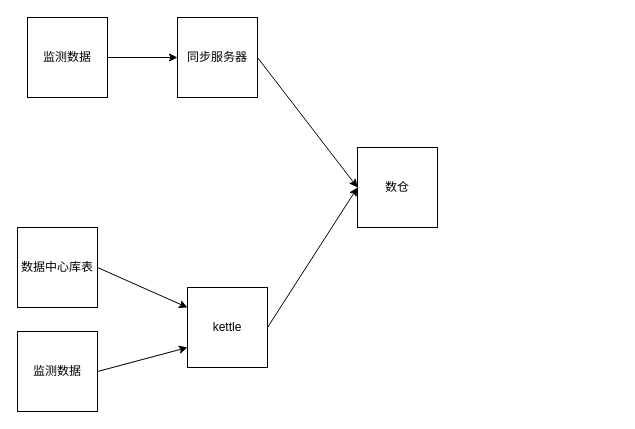
This is 智慧城市数据流图.drawio from HousionQ/draw, a draw.io file, before an edit. Source tidied: cells renumbered, new cells numbered last; positions are measured from the earlier drawing's top-left corner, leaving out a move shared by most shapes. Both pictures are drawn from the tidied source at 100%, with x=0, y=0 at pixel (17, 17).
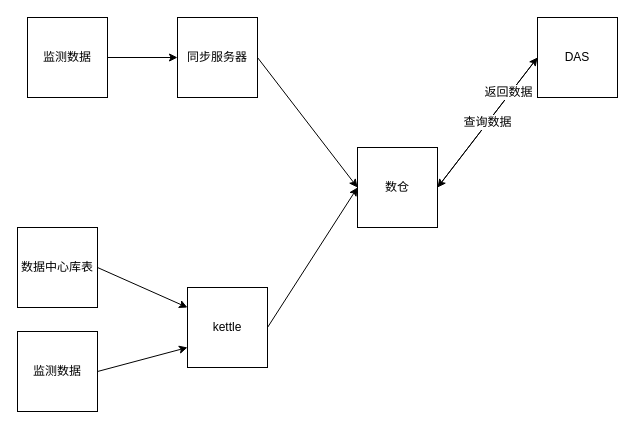
The same page after the edit.

Commit message (it also covers changes not shown here):
更新智慧城市数据流图.drawio

The edit, as a diff of the source:
```diff
@@
 <mxGraphModel>
   <root>
     <mxCell id="0" />
     <mxCell id="1" parent="0" />
     <mxCell id="2" style="edgeStyle=none;rounded=0;jettySize=auto;html=1;exitX=1;exitY=0.5;exitDx=0;exitDy=0;entryX=0;entryY=0.5;entryDx=0;entryDy=0;" parent="1" edge="1" source="3" target="6">
       <mxGeometry relative="1" as="geometry" />
     </mxCell>
     <mxCell id="3" value="同步服务器" style="whiteSpace=wrap;html=1;" parent="1" vertex="1">
       <mxGeometry x="160" width="80" height="80" as="geometry" />
     </mxCell>
     <mxCell id="4" style="rounded=0;jettySize=auto;html=1;exitX=1;exitY=0.5;exitDx=0;exitDy=0;entryX=0;entryY=0.5;entryDx=0;entryDy=0;" parent="1" edge="1" source="5" target="3">
       <mxGeometry relative="1" as="geometry" />
     </mxCell>
     <mxCell id="5" value="监测数据" style="whiteSpace=wrap;html=1;" parent="1" vertex="1">
       <mxGeometry x="10" width="80" height="80" as="geometry" />
     </mxCell>
+    <mxCell id="13" style="edgeStyle=none;rounded=0;jettySize=auto;html=1;exitX=1;exitY=0.5;exitDx=0;exitDy=0;entryX=0;entryY=0.5;entryDx=0;entryDy=0;" parent="1" edge="1" source="6" target="17">
+      <mxGeometry relative="1" as="geometry" />
+    </mxCell>
     <mxCell id="6" value="数仓" style="whiteSpace=wrap;html=1;" parent="1" vertex="1">
       <mxGeometry x="340" y="130" width="80" height="80" as="geometry" />
     </mxCell>
     <mxCell id="7" style="edgeStyle=none;rounded=0;jettySize=auto;html=1;exitX=1;exitY=0.5;exitDx=0;exitDy=0;entryX=0;entryY=0.5;entryDx=0;entryDy=0;" parent="1" edge="1" source="8" target="6">
       <mxGeometry relative="1" as="geometry" />
     </mxCell>
     <mxCell id="8" value="kettle" style="whiteSpace=wrap;html=1;" parent="1" vertex="1">
       <mxGeometry x="170" y="270" width="80" height="80" as="geometry" />
     </mxCell>
     <mxCell id="9" style="edgeStyle=none;rounded=0;jettySize=auto;html=1;exitX=1;exitY=0.5;exitDx=0;exitDy=0;entryX=0;entryY=0.25;entryDx=0;entryDy=0;" parent="1" edge="1" source="10" target="8">
       <mxGeometry relative="1" as="geometry" />
     </mxCell>
     <mxCell id="10" value="数据中心库表" style="whiteSpace=wrap;html=1;" parent="1" vertex="1">
       <mxGeometry y="210" width="80" height="80" as="geometry" />
     </mxCell>
     <mxCell id="11" style="edgeStyle=none;rounded=0;jettySize=auto;html=1;exitX=1;exitY=0.5;exitDx=0;exitDy=0;entryX=0;entryY=0.75;entryDx=0;entryDy=0;" parent="1" edge="1" source="12" target="8">
       <mxGeometry relative="1" as="geometry" />
     </mxCell>
     <mxCell id="12" value="监测数据" style="whiteSpace=wrap;html=1;" parent="1" vertex="1">
       <mxGeometry y="314" width="80" height="80" as="geometry" />
     </mxCell>
+    <mxCell id="14" style="edgeStyle=none;rounded=0;jettySize=auto;html=1;exitX=0;exitY=0.5;exitDx=0;exitDy=0;entryX=1;entryY=0.5;entryDx=0;entryDy=0;" parent="1" edge="1" source="17" target="6">
+      <mxGeometry relative="1" as="geometry" />
+    </mxCell>
+    <mxCell id="15" value="查询数据" style="text;html=1;align=center;verticalAlign=middle;labelBackgroundColor=#ffffff;" parent="14" vertex="1">
+      <mxGeometry x="0.18" y="1" relative="1" as="geometry">
+        <mxPoint x="7.5" y="-12.5" as="offset" />
+      </mxGeometry>
+    </mxCell>
+    <mxCell id="16" value="返回数据" style="text;html=1;align=center;verticalAlign=middle;labelBackgroundColor=#ffffff;" parent="14" vertex="1">
+      <mxGeometry x="-0.52" y="3" relative="1" as="geometry">
+        <mxPoint x="-8.5" y="1.5" as="offset" />
+      </mxGeometry>
+    </mxCell>
+    <mxCell id="17" value="DAS" style="whiteSpace=wrap;html=1;" parent="1" vertex="1">
+      <mxGeometry x="520" width="80" height="80" as="geometry" />
+    </mxCell>
   </root>
 </mxGraphModel>
```
